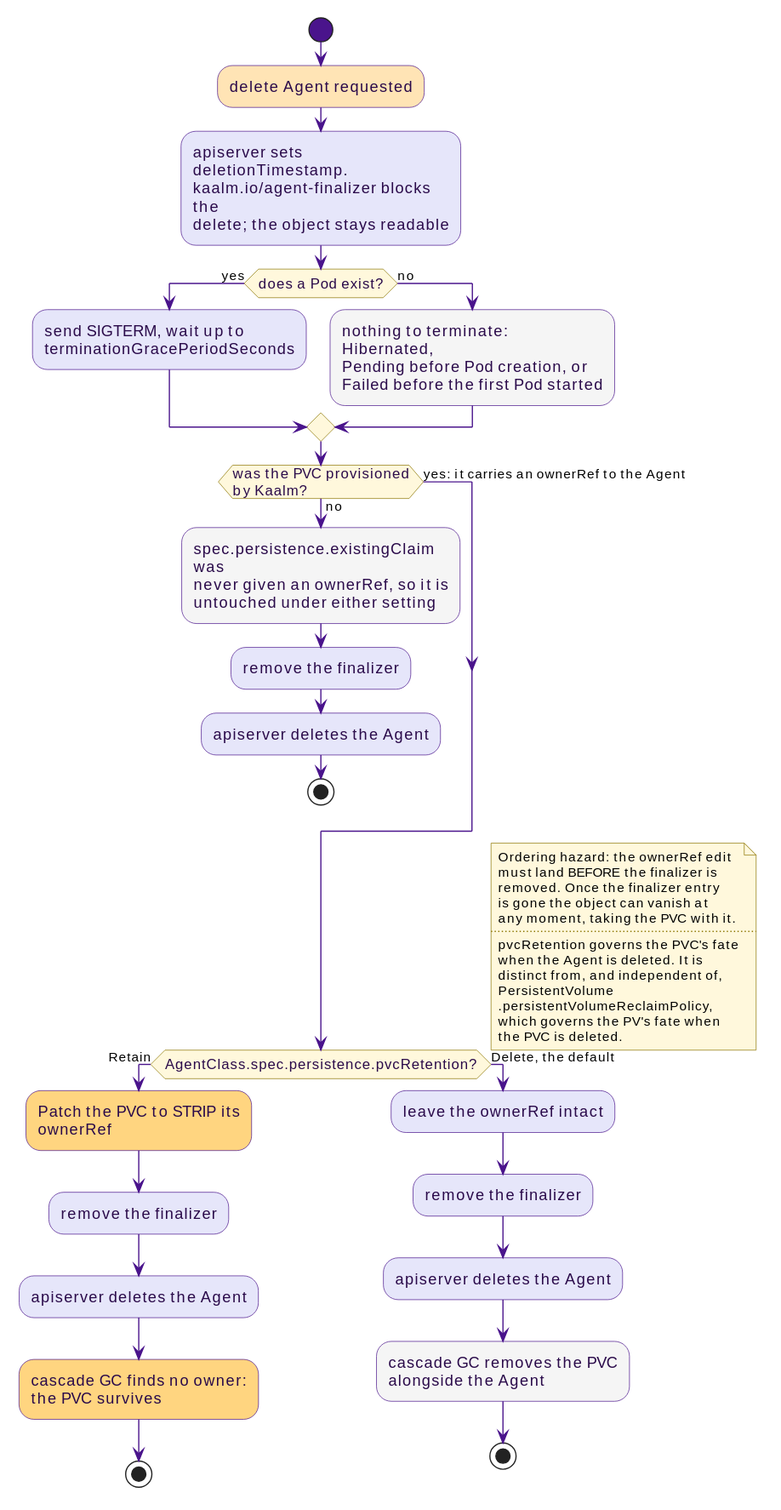
This is docs/src/diagrams/agent-finalizer-pvc.svg from win07xp/kaalm, a PlantUML export, as it was before one commit.
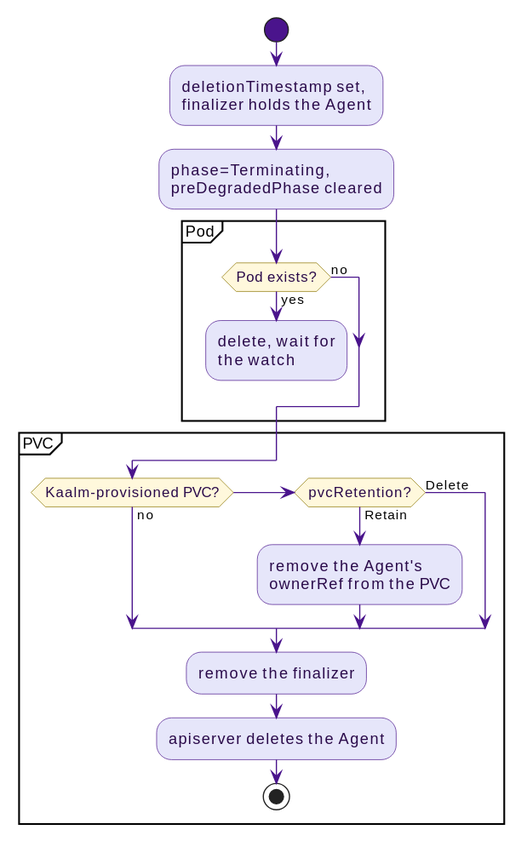
The same file after the commit.

The edit, as a diff of the source:
```diff
@@ -2,56 +2,25 @@
 !include _style.puml
 
 start
-:delete Agent requested;<<$extBg>>
-:apiserver sets deletionTimestamp.
-kaalm.io/agent-finalizer blocks the
-delete; the object stays readable;
+:deletionTimestamp set,\nfinalizer holds the Agent;
+:phase=Terminating,\npreDegradedPhase cleared;
 
-if (does a Pod exist?) then (yes)
-  :send SIGTERM, wait up to\nterminationGracePeriodSeconds;
-else (no)
-  :nothing to terminate: Hibernated,
-  Pending before Pod creation, or
-  Failed before the first Pod started;<<$mutedBg>>
-endif
+partition "Pod" {
+  if (Pod exists?) then (yes)
+    :delete, wait for\nthe watch;
+    kill
+  else (no)
+  endif
+}
 
-if (was the PVC provisioned\nby Kaalm?) then (no)
-  :spec.persistence.existingClaim was
-  never given an ownerRef, so it is
-  untouched under either setting;<<$mutedBg>>
+partition "PVC" {
+  if (Kaalm-provisioned PVC?) then (no)
+  elseif (pvcRetention?) then (Retain)
+    :remove the Agent's\nownerRef from the PVC;
+  else (Delete)
+  endif
   :remove the finalizer;
   :apiserver deletes the Agent;
   stop
-else (yes: it carries an ownerRef to the Agent)
-endif
-
-if (AgentClass.spec.persistence.pvcRetention?) then (Retain)
-  :Patch the PVC to STRIP its ownerRef;<<$storeBg>>
-  :remove the finalizer;
-  :apiserver deletes the Agent;
-  :cascade GC finds no owner:\nthe PVC survives;<<$storeBg>>
-  stop
-else (Delete, the default)
-  :leave the ownerRef intact;
-  :remove the finalizer;
-  :apiserver deletes the Agent;
-  :cascade GC removes the PVC\nalongside the Agent;<<$mutedBg>>
-  stop
-endif
-
-note right
-  Ordering hazard: the ownerRef edit
-  must land BEFORE the finalizer is
-  removed. Once the finalizer entry
-  is gone the object can vanish at
-  any moment, taking the PVC with it.
-  ....
-  pvcRetention governs the PVC's fate
-  when the Agent is deleted. It is
-  distinct from, and independent of,
-  PersistentVolume
-  .persistentVolumeReclaimPolicy,
-  which governs the PV's fate when
-  the PVC is deleted.
-end note
+}
 @enduml
```
